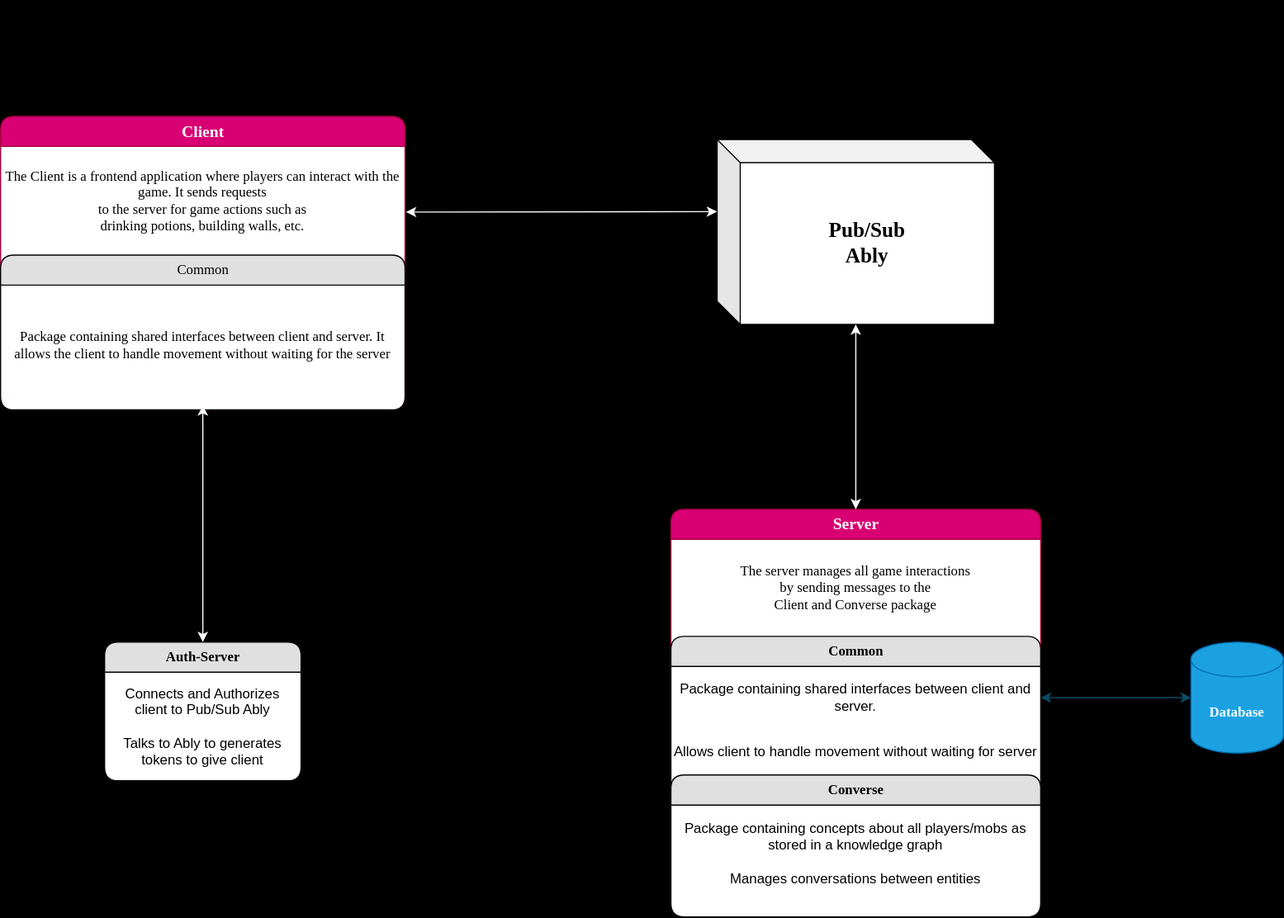
The draw.io diagram diagrams/systemArch.drawio.svg in sloalchemist/potions, before a commit. Source tidied: cells renumbered, new cells last; positions are measured from the earlier drawing's top-left corner, leaving out a move shared by most shapes.
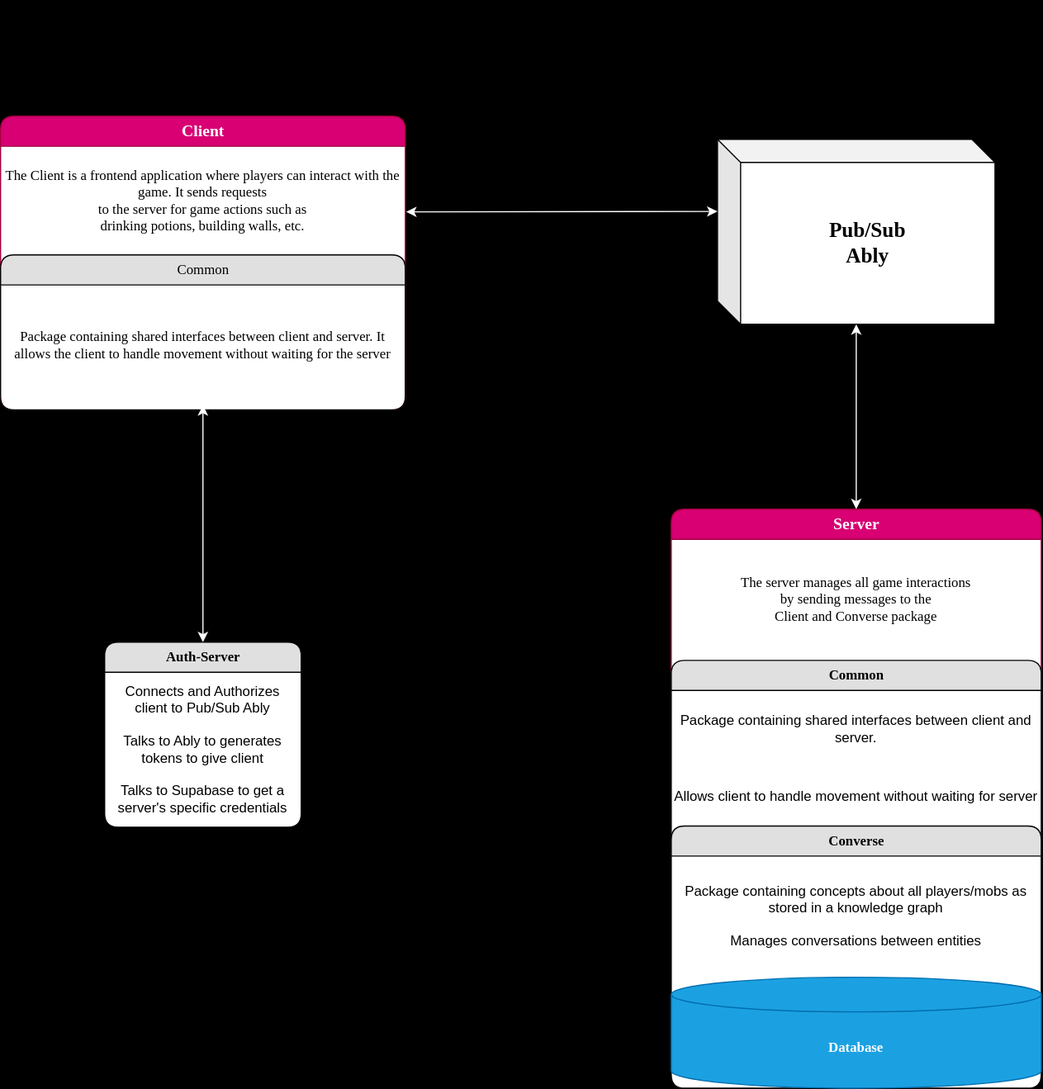
After the commit.

Commit message:
doc: changed DB to be inside server and added more auth details

Diff of the diagram source:
```diff
@@ -3,44 +3,44 @@
     <mxCell id="0" />
     <mxCell id="1" parent="0" />
     <mxCell id="2" value="&lt;h4&gt;&lt;font color=&quot;#000000&quot;&gt;Auth-Server&lt;/font&gt;&lt;/h4&gt;" style="swimlane;html=1;fontStyle=0;horizontal=1;startSize=26;fillColor=#e0e0e0;swimlaneFillColor=#ffffff;align=center;rounded=1;shadow=0;comic=0;labelBackgroundColor=none;strokeWidth=1;fontFamily=Verdana;fontSize=12;verticalAlign=middle;" parent="1" vertex="1">
-      <mxGeometry x="90" y="555" width="170" height="120" as="geometry" />
+      <mxGeometry x="90" y="555" width="170" height="160" as="geometry" />
     </mxCell>
-    <mxCell id="3" value="&lt;div&gt;&lt;span style=&quot;background-color: transparent; color: light-dark(rgb(0, 0, 0), rgb(255, 255, 255));&quot;&gt;&lt;font color=&quot;#000000&quot;&gt;Connects and Authorizes&amp;nbsp;&lt;/font&gt;&lt;/span&gt;&lt;/div&gt;&lt;div&gt;&lt;span style=&quot;background-color: transparent; color: light-dark(rgb(0, 0, 0), rgb(255, 255, 255));&quot;&gt;&lt;font color=&quot;#000000&quot;&gt;client to Pub/Sub Ably&lt;/font&gt;&lt;/span&gt;&lt;/div&gt;&lt;div&gt;&lt;span style=&quot;background-color: transparent; color: light-dark(rgb(0, 0, 0), rgb(255, 255, 255));&quot;&gt;&lt;font color=&quot;#000000&quot;&gt;&lt;br&gt;&lt;/font&gt;&lt;/span&gt;&lt;/div&gt;&lt;div&gt;&lt;span style=&quot;background-color: transparent; color: light-dark(rgb(0, 0, 0), rgb(255, 255, 255));&quot;&gt;&lt;font color=&quot;#000000&quot;&gt;Talks to Ably to generates tokens to give client&lt;/font&gt;&lt;/span&gt;&lt;/div&gt;" style="text;strokeColor=none;align=center;fillColor=none;html=1;verticalAlign=middle;whiteSpace=wrap;rounded=0;" parent="2" vertex="1">
-      <mxGeometry y="26" width="170" height="94" as="geometry" />
+    <mxCell id="3" value="&lt;div&gt;&lt;span style=&quot;background-color: transparent; color: light-dark(rgb(0, 0, 0), rgb(255, 255, 255));&quot;&gt;&lt;font color=&quot;#000000&quot;&gt;Connects and Authorizes&amp;nbsp;&lt;/font&gt;&lt;/span&gt;&lt;/div&gt;&lt;div&gt;&lt;span style=&quot;background-color: transparent; color: light-dark(rgb(0, 0, 0), rgb(255, 255, 255));&quot;&gt;&lt;font color=&quot;#000000&quot;&gt;client to Pub/Sub Ably&lt;/font&gt;&lt;/span&gt;&lt;/div&gt;&lt;div&gt;&lt;span style=&quot;background-color: transparent; color: light-dark(rgb(0, 0, 0), rgb(255, 255, 255));&quot;&gt;&lt;font color=&quot;#000000&quot;&gt;&lt;br&gt;&lt;/font&gt;&lt;/span&gt;&lt;/div&gt;&lt;div&gt;&lt;span style=&quot;background-color: transparent; color: light-dark(rgb(0, 0, 0), rgb(255, 255, 255));&quot;&gt;&lt;font color=&quot;#000000&quot;&gt;Talks to Ably to generates tokens to give client&lt;/font&gt;&lt;/span&gt;&lt;/div&gt;&lt;div&gt;&lt;br&gt;&lt;/div&gt;&lt;div&gt;&lt;font color=&quot;#000000&quot;&gt;Talks to Supabase to get a server's specific credentials&amp;nbsp;&lt;/font&gt;&lt;/div&gt;" style="text;strokeColor=none;align=center;fillColor=none;html=1;verticalAlign=middle;whiteSpace=wrap;rounded=0;" parent="2" vertex="1">
+      <mxGeometry y="26" width="170" height="134" as="geometry" />
     </mxCell>
     <mxCell id="4" value="&lt;h2&gt;&lt;font face=&quot;Verdana&quot;&gt;Pub/Sub&lt;br&gt;Ably&lt;/font&gt;&lt;/h2&gt;" style="shape=cube;whiteSpace=wrap;html=1;boundedLbl=1;backgroundOutline=1;darkOpacity=0.05;darkOpacity2=0.1;points=[[0,0,0,0,0],[0,0,0,0,120],[0,0,0,10,130],[0,0,0,20,140],[0,0,0,110,0],[0,0,0,220,0],[0,0,0,230,10],[0,0,0,240,20],[0,0,0,240,80],[0,0.11,0,0,0],[0,0.25,0,0,0],[0,0.39,0,0,0],[0,0.5,0,0,0],[0,0.59,0,0,0],[0,0.68,0,0,0],[0,0.76,0,0,0],[0.2,1,0,0,0],[0.29,1,0,0,0],[0.4,1,0,0,0],[0.5,1,0,0,0],[0.63,1,0,0,0],[0.75,1,0,0,0],[0.88,1,0,0,0],[1,1,0,0,0]];" parent="1" vertex="1">
       <mxGeometry x="620" y="120" width="240" height="160" as="geometry" />
     </mxCell>
-    <mxCell id="5" value="&lt;font face=&quot;Verdana&quot;&gt;&lt;b&gt;Database&lt;/b&gt;&lt;/font&gt;" style="shape=cylinder3;whiteSpace=wrap;html=1;boundedLbl=1;backgroundOutline=1;size=15;fillColor=#1ba1e2;fontColor=#ffffff;strokeColor=#006EAF;" parent="1" vertex="1">
-      <mxGeometry x="1030" y="555" width="80" height="96" as="geometry" />
-    </mxCell>
     <mxCell id="6" style="group;" parent="1" vertex="1">
-      <mxGeometry x="580" y="440" width="320" height="352.8" as="geometry" />
+      <mxGeometry x="580" y="440" width="320" height="440" as="geometry" />
     </mxCell>
     <mxCell id="7" value="&lt;h3&gt;Server&lt;/h3&gt;" style="swimlane;html=1;fontStyle=0;horizontal=1;startSize=26;fillColor=#d80073;swimlaneFillColor=#ffffff;align=center;rounded=1;shadow=0;comic=0;labelBackgroundColor=none;strokeWidth=1;fontFamily=Verdana;fontSize=12;fontColor=#ffffff;strokeColor=#A50040;" parent="6" vertex="1">
-      <mxGeometry width="320" height="352.8" as="geometry" />
+      <mxGeometry width="320" height="500.8" as="geometry" />
     </mxCell>
     <mxCell id="8" value="&lt;div&gt;&lt;span style=&quot;font-family: Verdana; background-color: transparent; color: light-dark(rgb(0, 0, 0), rgb(255, 255, 255));&quot;&gt;The server manages all game interactions&amp;nbsp;&lt;/span&gt;&lt;/div&gt;&lt;div&gt;&lt;font face=&quot;Verdana&quot;&gt;by sending messages to the&amp;nbsp;&lt;/font&gt;&lt;div&gt;&lt;font face=&quot;Verdana&quot;&gt;Client and Converse package&lt;/font&gt;&lt;/div&gt;&lt;/div&gt;" style="text;strokeColor=none;align=center;fillColor=none;html=1;verticalAlign=middle;whiteSpace=wrap;rounded=0;fontColor=#000000;" parent="7" vertex="1">
-      <mxGeometry y="26" width="320" height="84" as="geometry" />
+      <mxGeometry y="26" width="320" height="104.8" as="geometry" />
     </mxCell>
     <mxCell id="9" value="&lt;h4&gt;&lt;font color=&quot;#000000&quot;&gt;Common&lt;/font&gt;&lt;/h4&gt;" style="swimlane;html=1;fontStyle=0;horizontal=1;startSize=26;fillColor=#e0e0e0;swimlaneFillColor=#ffffff;align=center;rounded=1;shadow=0;comic=0;labelBackgroundColor=none;strokeWidth=1;fontFamily=Verdana;fontSize=12;" parent="7" vertex="1">
-      <mxGeometry y="110" width="320" height="242.8" as="geometry" />
+      <mxGeometry y="130.8" width="320" height="370" as="geometry" />
     </mxCell>
     <mxCell id="10" value="Package containing shared interfaces between client and server.&amp;nbsp;&amp;nbsp;" style="text;strokeColor=none;align=center;fillColor=none;html=1;verticalAlign=middle;whiteSpace=wrap;rounded=0;fontColor=#000000;" parent="9" vertex="1">
-      <mxGeometry y="26" width="320" height="54" as="geometry" />
+      <mxGeometry y="26" width="320" height="67.4" as="geometry" />
     </mxCell>
     <mxCell id="11" style="edgeStyle=none;html=1;fontColor=#000000;" parent="9" edge="1" source="12" target="14">
       <mxGeometry relative="1" as="geometry" />
     </mxCell>
     <mxCell id="12" value="Allows client to handle movement without waiting for server" style="text;strokeColor=none;align=center;fillColor=none;html=1;verticalAlign=middle;whiteSpace=wrap;rounded=0;fontColor=#000000;" parent="9" vertex="1">
-      <mxGeometry y="80" width="320" height="40" as="geometry" />
+      <mxGeometry y="93.4" width="320" height="49.9" as="geometry" />
     </mxCell>
     <mxCell id="13" value="&lt;b&gt;&lt;font color=&quot;#000000&quot;&gt;Converse&lt;/font&gt;&lt;/b&gt;" style="swimlane;html=1;fontStyle=0;horizontal=1;startSize=26;fillColor=#e0e0e0;swimlaneFillColor=#ffffff;align=center;rounded=1;shadow=0;comic=0;labelBackgroundColor=none;strokeWidth=1;fontFamily=Verdana;fontSize=12;" parent="9" vertex="1">
-      <mxGeometry y="120" width="320" height="122.8" as="geometry" />
+      <mxGeometry y="143.3" width="320" height="226.8" as="geometry" />
     </mxCell>
     <mxCell id="14" value="Package containing concepts about all players/mobs as stored in a knowledge graph&lt;div&gt;&lt;br&gt;&lt;/div&gt;&lt;div&gt;Manages conversations between entities&lt;/div&gt;" style="text;strokeColor=none;align=center;fillColor=none;html=1;verticalAlign=middle;whiteSpace=wrap;rounded=0;fontColor=#000000;" parent="13" vertex="1">
-      <mxGeometry y="26" width="320" height="84" as="geometry" />
+      <mxGeometry y="26" width="320" height="104.8" as="geometry" />
     </mxCell>
+    <mxCell id="5" value="&lt;font face=&quot;Verdana&quot;&gt;&lt;b&gt;Database&lt;/b&gt;&lt;/font&gt;" style="shape=cylinder3;whiteSpace=wrap;html=1;boundedLbl=1;backgroundOutline=1;size=15;fillColor=#1ba1e2;fontColor=#ffffff;strokeColor=#006EAF;" parent="13" vertex="1">
+      <mxGeometry y="130.8" width="320" height="96" as="geometry" />
+    </mxCell>
     <mxCell id="15" value="&lt;h3&gt;Client&lt;/h3&gt;" style="swimlane;html=1;fontStyle=0;horizontal=1;startSize=26;fillColor=#d80073;swimlaneFillColor=#ffffff;align=center;rounded=1;shadow=0;comic=0;labelBackgroundColor=none;strokeWidth=1;fontFamily=Verdana;fontSize=12;fontColor=#ffffff;strokeColor=#A50040;" parent="1" vertex="1">
       <mxGeometry y="100" width="350" height="254" as="geometry" />
     </mxCell>
@@ -56,9 +56,6 @@
     <mxCell id="19" style="endArrow=classic;startArrow=classic;html=1;rounded=0;strokeColor=#FFFFFF;exitX=0.5;exitY=0;exitDx=0;exitDy=0;entryX=0.5;entryY=1;entryDx=0;entryDy=0;fontColor=#FFFFFF;labelBackgroundColor=#FFFFFF;fillColor=#eeeeee;" parent="1" edge="1" source="2" target="18">
       <mxGeometry relative="1" as="geometry" />
     </mxCell>
-    <mxCell id="20" style="endArrow=classic;startArrow=classic;html=1;rounded=0;strokeColor=#0B4D6A;exitX=1;exitY=0.5;exitDx=0;exitDy=0;entryX=0;entryY=0.5;entryDx=0;entryDy=0;entryPerimeter=0;" parent="1" edge="1" source="10" target="5">
-      <mxGeometry relative="1" as="geometry" />
-    </mxCell>
     <mxCell id="21" style="endArrow=classic;startArrow=classic;html=1;rounded=0;strokeColor=#FFFFFF;entryX=0.5;entryY=0;entryDx=0;entryDy=0;exitX=0.5;exitY=1;exitDx=0;exitDy=0;exitPerimeter=0;" parent="1" edge="1" source="4" target="7">
       <mxGeometry relative="1" as="geometry" />
     </mxCell>
```
